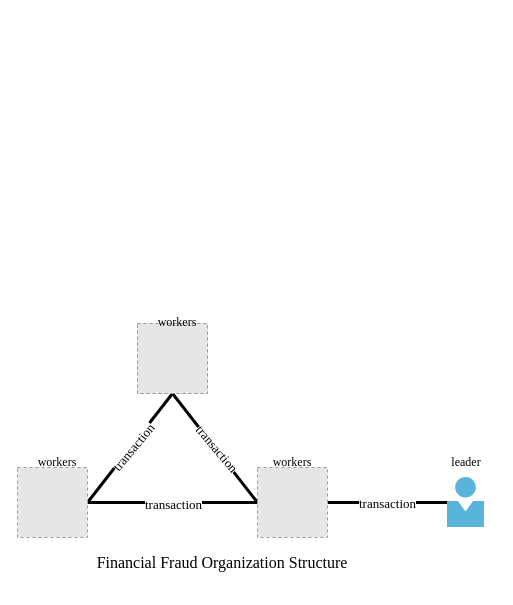
chuchugao2/graph keeps this draw.io diagram as test.drawio. Above is the earlier version. Source tidied: cells renumbered, new cells numbered last; positions are measured from the earlier drawing's top-left corner, leaving out a move shared by most shapes. Both pictures are drawn from the tidied source at 100%, with x=0, y=0 at pixel (17, 307). Pictures stored in the file or linked from it are replaced by grey dashed boxes.
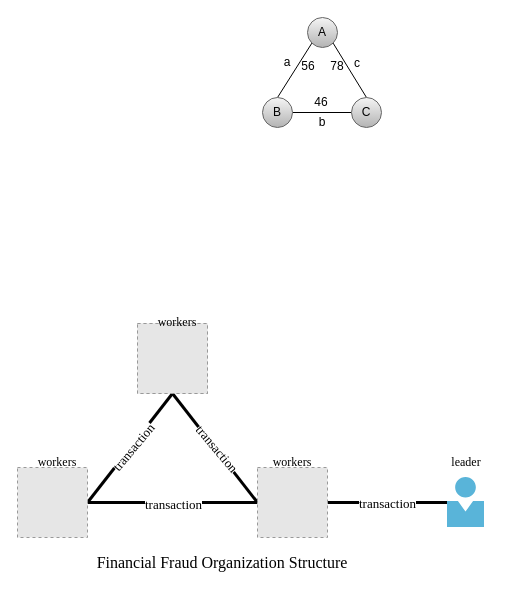
Above is the later version.

The edit, as a diff of the source:
```diff
@@
+    <mxCell id="20" style="rounded=0;jettySize=auto;html=1;exitX=0;exitY=1;exitDx=0;exitDy=0;entryX=0.5;entryY=0;entryDx=0;entryDy=0;endArrow=none;endFill=0;" parent="1" edge="1" source="21" target="23">
+      <mxGeometry relative="1" as="geometry" />
+    </mxCell>
+    <mxCell id="21" value="A" style="ellipse;whiteSpace=wrap;html=1;fillColor=#f5f5f5;gradientColor=#b3b3b3;strokeColor=#666666;" parent="1" vertex="1">
+      <mxGeometry x="290" y="-290" width="30" height="30" as="geometry" />
+    </mxCell>
+    <mxCell id="22" style="rounded=0;jettySize=auto;html=1;exitX=1;exitY=0.5;exitDx=0;exitDy=0;entryX=0;entryY=0.5;entryDx=0;entryDy=0;endArrow=none;endFill=0;" parent="1" edge="1" source="23" target="25">
+      <mxGeometry relative="1" as="geometry" />
+    </mxCell>
+    <mxCell id="23" value="B" style="ellipse;whiteSpace=wrap;html=1;fillColor=#f5f5f5;gradientColor=#b3b3b3;strokeColor=#666666;" parent="1" vertex="1">
+      <mxGeometry x="245" y="-210" width="30" height="30" as="geometry" />
+    </mxCell>
+    <mxCell id="24" style="rounded=0;jettySize=auto;html=1;exitX=0.5;exitY=0;exitDx=0;exitDy=0;entryX=1;entryY=1;entryDx=0;entryDy=0;endArrow=none;endFill=0;" parent="1" edge="1" source="25" target="21">
+      <mxGeometry relative="1" as="geometry" />
+    </mxCell>
+    <mxCell id="25" value="C" style="ellipse;whiteSpace=wrap;html=1;fillColor=#f5f5f5;gradientColor=#b3b3b3;strokeColor=#666666;" parent="1" vertex="1">
+      <mxGeometry x="334" y="-210" width="30" height="30" as="geometry" />
+    </mxCell>
+    <mxCell id="26" value="a" style="text;html=1;strokeColor=none;fillColor=none;align=center;verticalAlign=middle;whiteSpace=wrap;rounded=0;" parent="1" vertex="1">
+      <mxGeometry x="240" y="-260" width="60" height="30" as="geometry" />
+    </mxCell>
+    <mxCell id="27" value="b" style="text;html=1;strokeColor=none;fillColor=none;align=center;verticalAlign=middle;whiteSpace=wrap;rounded=0;" parent="1" vertex="1">
+      <mxGeometry x="275" y="-200" width="60" height="30" as="geometry" />
+    </mxCell>
+    <mxCell id="28" value="c" style="text;html=1;strokeColor=none;fillColor=none;align=center;verticalAlign=middle;whiteSpace=wrap;rounded=0;rotation=0;" parent="1" vertex="1">
+      <mxGeometry x="310" y="-259" width="60" height="30" as="geometry" />
+    </mxCell>
+    <mxCell id="29" value="56" style="text;html=1;strokeColor=none;fillColor=none;align=center;verticalAlign=middle;whiteSpace=wrap;rounded=0;" parent="1" vertex="1">
+      <mxGeometry x="261" y="-256" width="60" height="30" as="geometry" />
+    </mxCell>
+    <mxCell id="30" value="46" style="text;html=1;strokeColor=none;fillColor=none;align=center;verticalAlign=middle;whiteSpace=wrap;rounded=0;" parent="1" vertex="1">
+      <mxGeometry x="274" y="-220" width="60" height="30" as="geometry" />
+    </mxCell>
+    <mxCell id="31" value="78" style="text;html=1;strokeColor=none;fillColor=none;align=center;verticalAlign=middle;whiteSpace=wrap;rounded=0;" parent="1" vertex="1">
+      <mxGeometry x="290" y="-256" width="60" height="30" as="geometry" />
+    </mxCell>
```
